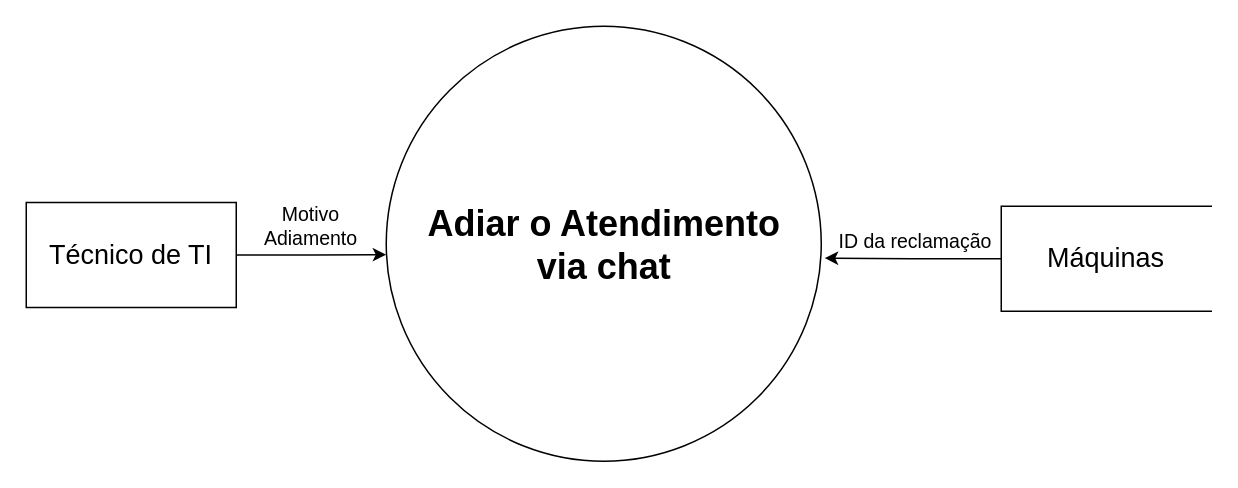
Above: documentação/diagramas/RF002 - Adiar o atendimento.drawio in Luvisa-dev/Chatbot-Projeto-Integrado (draw.io), before the change. Source tidied: cells renumbered, new cells numbered last; positions are measured from the earlier drawing's top-left corner, leaving out a move shared by most shapes. Both pictures are drawn from the tidied source at 150%, with x=0, y=0 at pixel (26, 26).
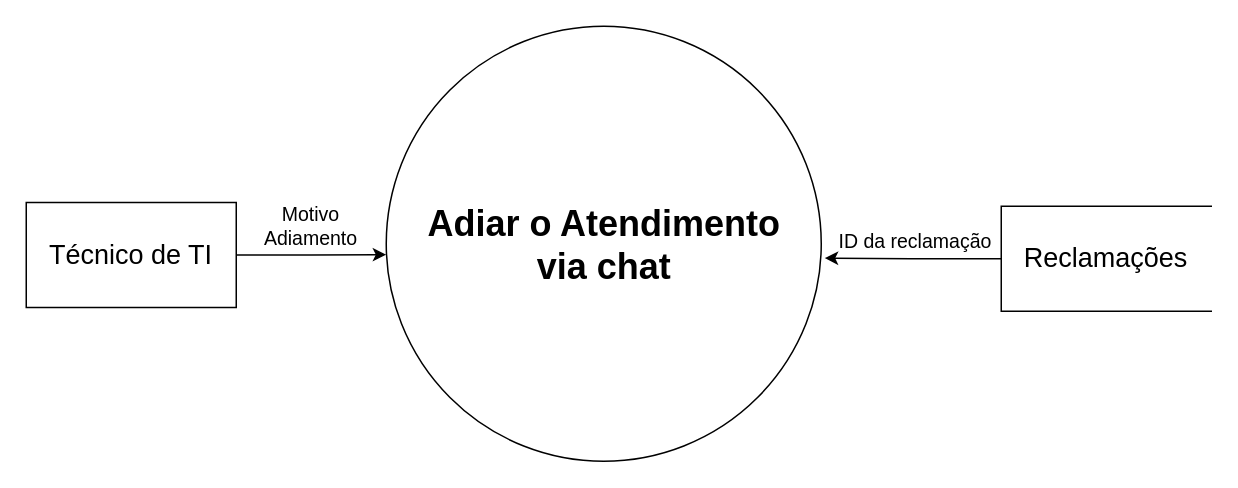
Above is the later version.

What changed in the source:
```diff
@@
 <mxGraphModel>
   <root>
     <mxCell id="0" />
     <mxCell id="1" parent="0" />
     <mxCell id="2" style="shape=ellipse;html=1;dashed=0;whiteSpace=wrap;perimeter=ellipsePerimeter;" parent="1" vertex="1">
       <mxGeometry x="240" width="290" height="290" as="geometry" />
     </mxCell>
     <mxCell id="3" value="&lt;div&gt;Adiar o Atendimento&lt;/div&gt;via chat" style="text;strokeColor=none;fillColor=none;html=1;fontSize=24;fontStyle=1;verticalAlign=middle;align=center;" parent="1" vertex="1">
       <mxGeometry x="335" y="145" width="100" as="geometry" />
     </mxCell>
     <mxCell id="4" style="edgeStyle=orthogonalEdgeStyle;rounded=0;jettySize=auto;html=1;entryX=0;entryY=0.525;entryDx=0;entryDy=0;entryPerimeter=0;" parent="1" edge="1" source="5" target="2">
       <mxGeometry relative="1" as="geometry" />
     </mxCell>
     <mxCell id="5" value="&lt;div&gt;&lt;font style=&quot;font-size: 18px;&quot;&gt;Técnico de TI&lt;/font&gt;&lt;/div&gt;" style="html=1;dashed=0;whiteSpace=wrap;" parent="1" vertex="1">
       <mxGeometry y="117.5" width="140" height="70" as="geometry" />
     </mxCell>
     <mxCell id="6" value="&lt;div&gt;Motivo&lt;/div&gt;&lt;div&gt;Adiamento&lt;/div&gt;" style="text;html=1;align=center;verticalAlign=middle;whiteSpace=wrap;rounded=0;fontSize=13;" parent="1" vertex="1">
       <mxGeometry x="160" y="117.5" width="60" height="30" as="geometry" />
     </mxCell>
-    <mxCell id="7" value="&lt;div&gt;&lt;font style=&quot;font-size: 18px;&quot;&gt;Máquinas&lt;/font&gt;&lt;/div&gt;" style="html=1;dashed=0;whiteSpace=wrap;shape=partialRectangle;right=0;" parent="1" vertex="1">
+    <mxCell id="7" value="&lt;div&gt;&lt;font style=&quot;font-size: 18px;&quot;&gt;Reclamações&lt;/font&gt;&lt;/div&gt;" style="html=1;dashed=0;whiteSpace=wrap;shape=partialRectangle;right=0;" parent="1" vertex="1">
       <mxGeometry x="650" y="120" width="140" height="70" as="geometry" />
     </mxCell>
     <mxCell id="8" style="edgeStyle=orthogonalEdgeStyle;rounded=0;jettySize=auto;html=1;entryX=1.008;entryY=0.533;entryDx=0;entryDy=0;entryPerimeter=0;" parent="1" edge="1" source="7" target="2">
       <mxGeometry relative="1" as="geometry" />
     </mxCell>
     <mxCell id="9" value="&lt;font style=&quot;font-size: 13px;&quot;&gt;&lt;br&gt;ID da reclamação&lt;/font&gt;" style="text;whiteSpace=wrap;html=1;fontSize=11;" parent="1" vertex="1">
       <mxGeometry x="540" y="112.5" width="120" height="40" as="geometry" />
     </mxCell>
   </root>
 </mxGraphModel>
```
